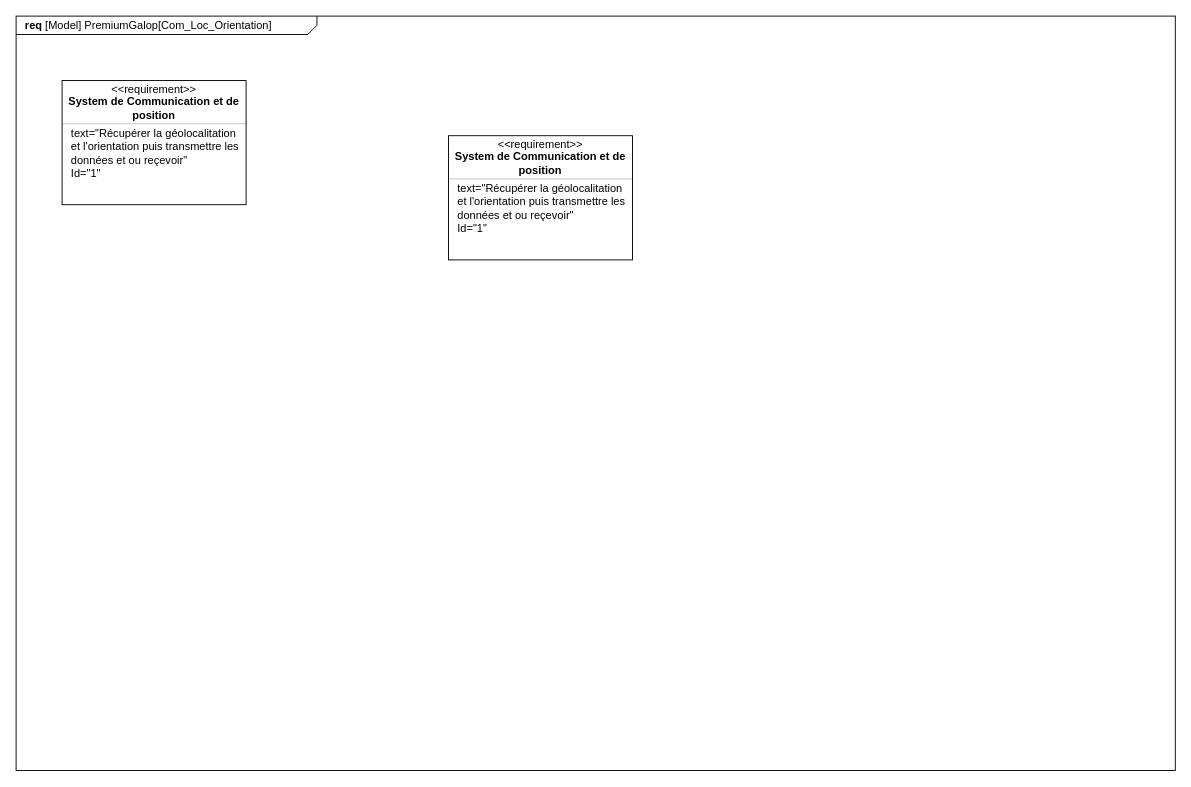
The draw.io diagram SYSML/Req_communication_géolocalisation_orientation.drawio in ToGen49/Hippodrome, before the edit. Source tidied: cells renumbered, new cells numbered last; positions are measured from the earlier drawing's top-left corner, leaving out a move shared by most shapes. Both pictures are drawn from the tidied source at 92%, with x=0, y=0 at pixel (16, 16).
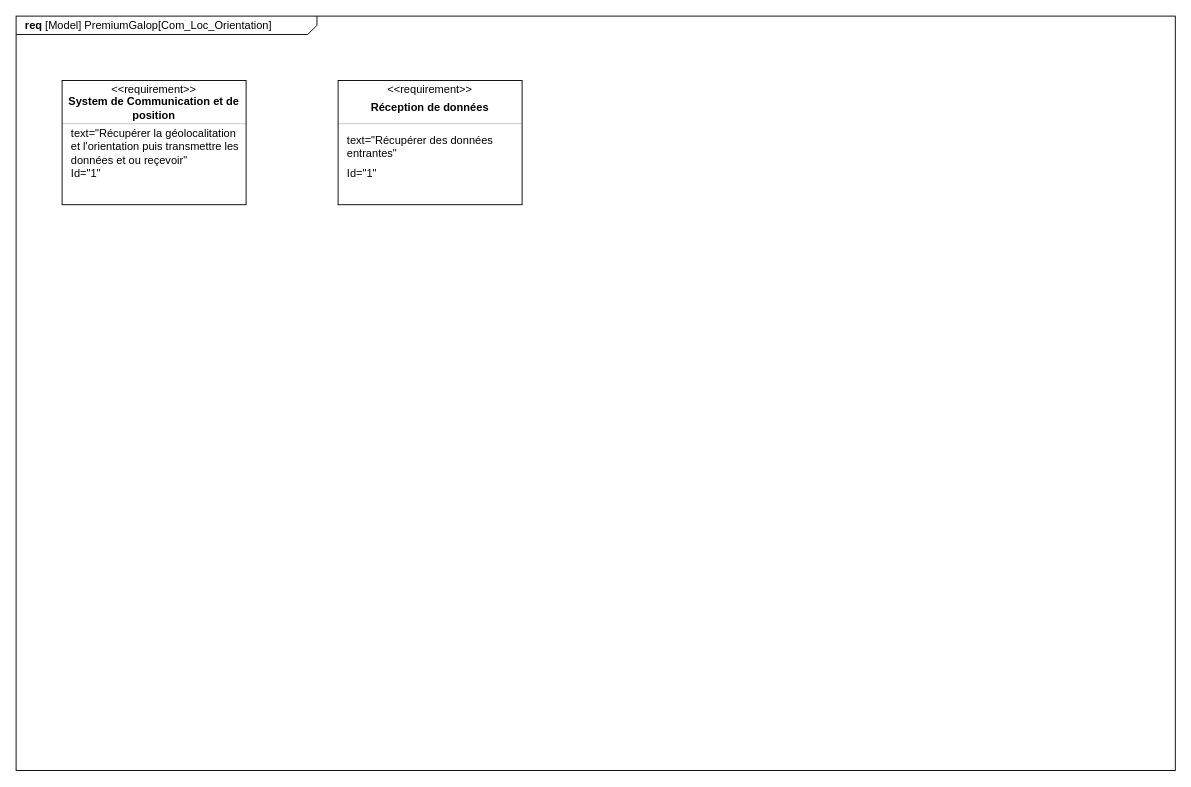
After the change.

Diff of the diagram source:
```diff
@@
 <mxGraphModel>
   <root>
     <mxCell id="0" />
     <mxCell id="1" parent="0" />
     <mxCell id="2" value="&lt;p style=&quot;margin: 0px ; margin-top: 4px ; margin-left: 10px ; text-align: left&quot;&gt;&lt;b&gt;req&lt;/b&gt; [Model] PremiumGalop[Com_Loc_Orientation]&lt;/p&gt;" style="html=1;strokeWidth=1;shape=mxgraph.sysml.package;html=1;overflow=fill;whiteSpace=wrap;fillColor=none;gradientColor=none;fontSize=12;align=center;labelX=327.64;" parent="1" vertex="1">
       <mxGeometry width="1260" height="820" as="geometry" />
     </mxCell>
     <mxCell id="3" style="fontStyle=1;align=center;verticalAlign=middle;horizontal=1;" parent="1" vertex="1">
       <mxGeometry x="50" y="70" width="200" height="135" as="geometry" />
     </mxCell>
     <mxCell id="4" value="&amp;lt;&amp;lt;requirement&amp;gt;&amp;gt;" style="html=1;align=center;spacing=0;verticalAlign=middle;strokeColor=none;fillColor=none;whiteSpace=wrap;spacingTop=3;" parent="3" vertex="1">
       <mxGeometry width="200" height="16" as="geometry" />
     </mxCell>
     <mxCell id="5" value="System de Communication et de position" style="html=1;align=center;spacing=0;verticalAlign=middle;strokeColor=none;fillColor=none;whiteSpace=wrap;fontStyle=1;" parent="3" vertex="1">
       <mxGeometry y="16" width="200" height="27" as="geometry" />
     </mxCell>
     <mxCell id="6" style="line;strokeWidth=0.25;fillColor=none;align=left;verticalAlign=middle;spacingTop=-1;spacingLeft=3;spacingRight=3;labelPosition=right;" parent="3" vertex="1">
       <mxGeometry y="43" width="200" height="8" as="geometry" />
     </mxCell>
     <mxCell id="7" value="text=&quot;Récupérer la géolocalitation et l'orientation puis transmettre les données et ou reçevoir&quot;" style="html=1;align=left;spacing=0;verticalAlign=middle;strokeColor=none;fillColor=none;whiteSpace=wrap;spacingLeft=10;" parent="3" vertex="1">
       <mxGeometry y="51" width="200" height="42" as="geometry" />
     </mxCell>
     <mxCell id="8" value="Id=&quot;1&quot;" style="html=1;align=left;spacing=0;verticalAlign=middle;strokeColor=none;fillColor=none;whiteSpace=wrap;spacingLeft=10;" parent="3" vertex="1">
       <mxGeometry y="93" width="200" height="16" as="geometry" />
     </mxCell>
     <mxCell id="9" style="html=1;align=center;spacing=0;verticalAlign=middle;strokeColor=none;fillColor=none;whiteSpace=wrap;" parent="3" vertex="1">
       <mxGeometry y="109" width="200" height="26" as="geometry" />
     </mxCell>
     <mxCell id="10" style="fontStyle=1;align=center;verticalAlign=middle;horizontal=1;" parent="1" vertex="1">
-      <mxGeometry x="470" y="130" width="200" height="135" as="geometry" />
+      <mxGeometry x="350" y="70" width="200" height="135" as="geometry" />
     </mxCell>
     <mxCell id="11" value="&amp;lt;&amp;lt;requirement&amp;gt;&amp;gt;" style="html=1;align=center;spacing=0;verticalAlign=middle;strokeColor=none;fillColor=none;whiteSpace=wrap;spacingTop=3;" parent="10" vertex="1">
       <mxGeometry width="200" height="16" as="geometry" />
     </mxCell>
-    <mxCell id="12" value="System de Communication et de position" style="html=1;align=center;spacing=0;verticalAlign=middle;strokeColor=none;fillColor=none;whiteSpace=wrap;fontStyle=1;" parent="10" vertex="1">
+    <mxCell id="12" value="Réception de données" style="html=1;align=center;spacing=0;verticalAlign=middle;strokeColor=none;fillColor=none;whiteSpace=wrap;fontStyle=1;" parent="10" vertex="1">
       <mxGeometry y="16" width="200" height="27" as="geometry" />
     </mxCell>
     <mxCell id="13" style="line;strokeWidth=0.25;fillColor=none;align=left;verticalAlign=middle;spacingTop=-1;spacingLeft=3;spacingRight=3;labelPosition=right;" parent="10" vertex="1">
       <mxGeometry y="43" width="200" height="8" as="geometry" />
     </mxCell>
-    <mxCell id="14" value="text=&quot;Récupérer la géolocalitation et l'orientation puis transmettre les données et ou reçevoir&quot;" style="html=1;align=left;spacing=0;verticalAlign=middle;strokeColor=none;fillColor=none;whiteSpace=wrap;spacingLeft=10;" parent="10" vertex="1">
+    <mxCell id="14" value="text=&quot;Récupérer des données entrantes&quot;" style="html=1;align=left;spacing=0;verticalAlign=middle;strokeColor=none;fillColor=none;whiteSpace=wrap;spacingLeft=10;" parent="10" vertex="1">
       <mxGeometry y="51" width="200" height="42" as="geometry" />
     </mxCell>
     <mxCell id="15" value="Id=&quot;1&quot;" style="html=1;align=left;spacing=0;verticalAlign=middle;strokeColor=none;fillColor=none;whiteSpace=wrap;spacingLeft=10;" parent="10" vertex="1">
       <mxGeometry y="93" width="200" height="16" as="geometry" />
     </mxCell>
     <mxCell id="16" style="html=1;align=center;spacing=0;verticalAlign=middle;strokeColor=none;fillColor=none;whiteSpace=wrap;" parent="10" vertex="1">
       <mxGeometry y="109" width="200" height="26" as="geometry" />
     </mxCell>
   </root>
 </mxGraphModel>
```
